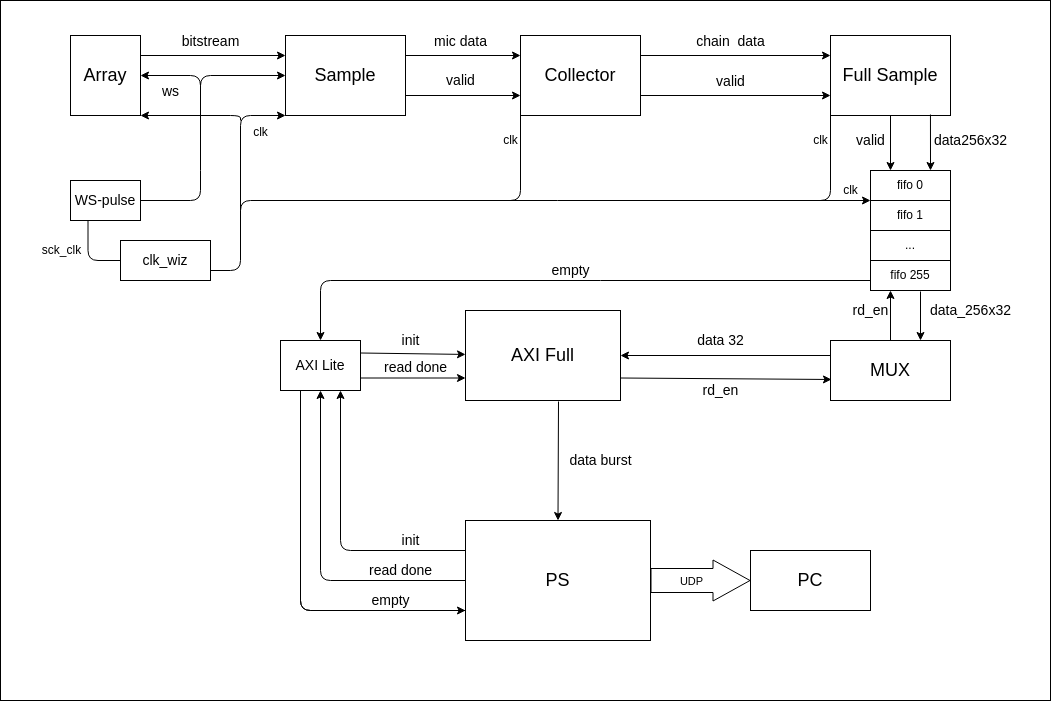
Earlier version of the draw.io export doc/pictures/full_diagram_axi_full.png (acoustic-warfare/FPGA-sampling). Source tidied: cells renumbered, new cells last; positions are measured from the earlier drawing's top-left corner, leaving out a move shared by most shapes.
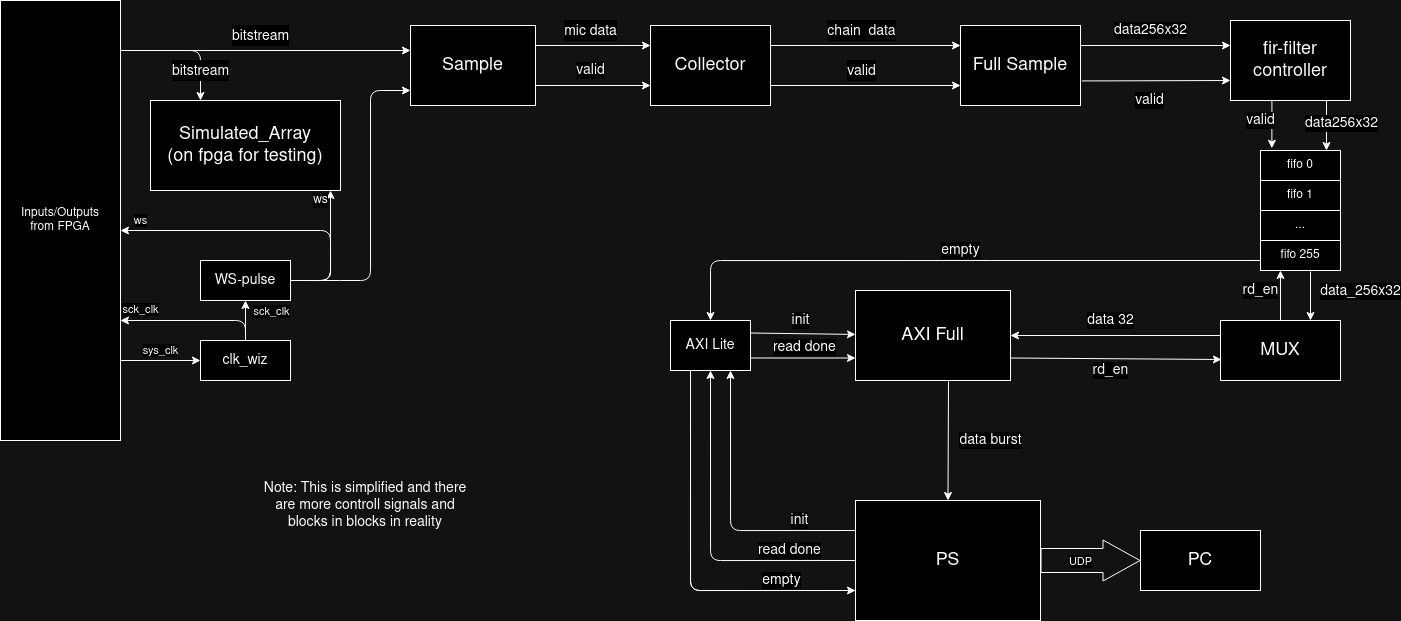
The same file after the commit.

Diff of the diagram source:
```diff
@@ -2,14 +2,17 @@
   <root>
     <mxCell id="0" />
     <mxCell id="1" parent="0" />
-    <mxCell id="2" style="rounded=0;whiteSpace=wrap;html=1;fillColor=#FFFFFF;" parent="1" vertex="1">
-      <mxGeometry width="1050" height="700" as="geometry" />
-    </mxCell>
-    <mxCell id="3" value="&lt;font style=&quot;font-size: 14px;&quot;&gt;bitstream&lt;/font&gt;" style="edgeStyle=none;html=1;exitX=1;exitY=0.25;exitDx=0;exitDy=0;entryX=0;entryY=0.25;entryDx=0;entryDy=0;fontSize=18;" parent="1" edge="1" source="4" target="12">
-      <mxGeometry x="-0.03" y="15" relative="1" as="geometry" />
+    <mxCell id="3" value="&lt;font style=&quot;font-size: 14px;&quot;&gt;bitstream&lt;/font&gt;" style="edgeStyle=none;html=1;fontSize=18;" parent="1" edge="1">
+      <mxGeometry x="0.54" relative="1" as="geometry">
+        <mxPoint x="120" y="70" as="sourcePoint" />
+        <mxPoint x="200" y="120" as="targetPoint" />
+        <Array as="points">
+          <mxPoint x="200" y="70" />
+        </Array>
+      </mxGeometry>
     </mxCell>
-    <mxCell id="4" value="&lt;font style=&quot;font-size: 18px;&quot;&gt;Array&lt;/font&gt;" style="whiteSpace=wrap;html=1;" parent="1" vertex="1">
-      <mxGeometry x="70" y="35" width="70" height="80" as="geometry" />
+    <mxCell id="4" value="&lt;font style=&quot;font-size: 18px;&quot;&gt;Simulated_Array&lt;br&gt;(on fpga for testing)&lt;br&gt;&lt;/font&gt;" style="whiteSpace=wrap;html=1;" parent="1" vertex="1">
+      <mxGeometry x="150" y="120" width="190" height="90" as="geometry" />
     </mxCell>
     <mxCell id="5" value="&lt;font style=&quot;font-size: 14px;&quot;&gt;chain&amp;nbsp; data&lt;/font&gt;" style="edgeStyle=none;html=1;exitX=1;exitY=0.25;exitDx=0;exitDy=0;entryX=0;entryY=0.25;entryDx=0;entryDy=0;fontSize=18;" parent="1" edge="1" source="7" target="9">
       <mxGeometry x="-0.05" y="15" relative="1" as="geometry" />
@@ -18,13 +21,13 @@
       <mxGeometry x="-0.05" y="15" relative="1" as="geometry" />
     </mxCell>
     <mxCell id="7" value="&lt;font style=&quot;font-size: 18px;&quot;&gt;Collector&lt;/font&gt;" style="whiteSpace=wrap;html=1;" parent="1" vertex="1">
-      <mxGeometry x="520" y="35" width="120" height="80" as="geometry" />
+      <mxGeometry x="650" y="45" width="120" height="80" as="geometry" />
     </mxCell>
-    <mxCell id="8" value="valid" style="edgeStyle=none;html=1;exitX=0.5;exitY=1;exitDx=0;exitDy=0;entryX=0.25;entryY=0;entryDx=0;entryDy=0;fontSize=14;startArrow=none;startFill=0;endArrow=classic;endFill=1;" parent="1" edge="1" source="9" target="40">
+    <mxCell id="8" value="valid" style="edgeStyle=none;html=1;exitX=1.012;exitY=0.693;exitDx=0;exitDy=0;entryX=0;entryY=0.75;entryDx=0;entryDy=0;fontSize=14;startArrow=none;startFill=0;endArrow=classic;endFill=1;exitPerimeter=0;" parent="1" edge="1" source="9" target="58">
       <mxGeometry x="-0.09" y="-20" relative="1" as="geometry" />
     </mxCell>
     <mxCell id="9" value="&lt;font style=&quot;font-size: 18px;&quot;&gt;Full Sample&lt;/font&gt;" style="whiteSpace=wrap;html=1;" parent="1" vertex="1">
-      <mxGeometry x="830" y="35" width="120" height="80" as="geometry" />
+      <mxGeometry x="960" y="45" width="120" height="80" as="geometry" />
     </mxCell>
     <mxCell id="10" value="&lt;font style=&quot;font-size: 14px;&quot;&gt;mic data&lt;/font&gt;" style="edgeStyle=none;html=1;exitX=1;exitY=0.25;exitDx=0;exitDy=0;entryX=0;entryY=0.25;entryDx=0;entryDy=0;fontSize=18;" parent="1" edge="1" source="12" target="7">
       <mxGeometry x="-0.04" y="15" relative="1" as="geometry" />
@@ -33,10 +36,12 @@
       <mxGeometry x="-0.04" y="15" relative="1" as="geometry" />
     </mxCell>
     <mxCell id="12" value="&lt;font style=&quot;font-size: 18px;&quot;&gt;Sample&lt;/font&gt;" style="whiteSpace=wrap;html=1;" parent="1" vertex="1">
-      <mxGeometry x="285" y="35" width="120" height="80" as="geometry" />
+      <mxGeometry x="410" y="45" width="125" height="80" as="geometry" />
     </mxCell>
-    <mxCell id="13" value="data256x32" style="edgeStyle=none;html=1;exitX=0.75;exitY=0;exitDx=0;exitDy=0;entryX=0.833;entryY=0.988;entryDx=0;entryDy=0;entryPerimeter=0;fontSize=14;startArrow=classic;startFill=1;endArrow=none;endFill=0;" parent="1" edge="1" source="40" target="9">
-      <mxGeometry x="0.07" y="-40" relative="1" as="geometry" />
+    <mxCell id="13" value="data256x32" style="edgeStyle=none;html=1;entryX=1;entryY=0.25;entryDx=0;entryDy=0;fontSize=14;startArrow=classic;startFill=1;endArrow=none;endFill=0;" parent="1" edge="1" target="9">
+      <mxGeometry x="0.07" y="-15" relative="1" as="geometry">
+        <mxPoint x="1230" y="65" as="sourcePoint" />
+      </mxGeometry>
     </mxCell>
     <mxCell id="14" value="data_256x32" style="edgeStyle=none;html=1;exitX=0.75;exitY=0;exitDx=0;exitDy=0;entryX=0.625;entryY=1.033;entryDx=0;entryDy=0;entryPerimeter=0;fontSize=14;startArrow=classic;startFill=1;endArrow=none;endFill=0;" parent="1" edge="1" source="16" target="43">
       <mxGeometry x="0.22" y="-50" relative="1" as="geometry" />
@@ -45,33 +50,65 @@
       <mxGeometry x="0.05" y="12" relative="1" as="geometry" />
     </mxCell>
     <mxCell id="16" value="&lt;font style=&quot;font-size: 18px;&quot;&gt;MUX&lt;/font&gt;" style="whiteSpace=wrap;html=1;" parent="1" vertex="1">
-      <mxGeometry x="830" y="340" width="120" height="60" as="geometry" />
+      <mxGeometry x="1220" y="340" width="120" height="60" as="geometry" />
     </mxCell>
     <mxCell id="17" style="edgeStyle=orthogonalEdgeStyle;html=1;exitX=1;exitY=0.5;exitDx=0;exitDy=0;fontSize=14;startArrow=none;startFill=0;endArrow=none;endFill=0;" parent="1" edge="1" source="19">
       <mxGeometry relative="1" as="geometry">
-        <mxPoint x="200" y="170" as="targetPoint" />
+        <mxPoint x="330" y="270" as="targetPoint" />
         <Array as="points">
-          <mxPoint x="200" y="200" />
-          <mxPoint x="200" y="170" />
+          <mxPoint x="330" y="300" />
+          <mxPoint x="330" y="270" />
         </Array>
       </mxGeometry>
     </mxCell>
-    <mxCell id="18" value="sck_clk" style="edgeStyle=orthogonalEdgeStyle;html=1;exitX=0.25;exitY=1;exitDx=0;exitDy=0;entryX=0;entryY=0.5;entryDx=0;entryDy=0;startArrow=none;startFill=0;endArrow=none;endFill=0;fontSize=12;" parent="1" edge="1" source="19" target="21">
-      <mxGeometry x="-0.17" y="-27" relative="1" as="geometry" />
-    </mxCell>
+    <mxCell id="50" value="ws" style="edgeStyle=none;html=1;" parent="1" edge="1" source="19">
+      <mxGeometry x="0.87" y="-10" relative="1" as="geometry">
+        <mxPoint x="120" y="250" as="targetPoint" />
+        <Array as="points">
+          <mxPoint x="330" y="300" />
+          <mxPoint x="330" y="250" />
+        </Array>
+      </mxGeometry>
+    </mxCell>
+    <mxCell id="51" style="edgeStyle=none;html=1;fontSize=12;" parent="1" edge="1" source="19">
+      <mxGeometry relative="1" as="geometry">
+        <mxPoint x="410" y="110" as="targetPoint" />
+        <Array as="points">
+          <mxPoint x="330" y="300" />
+          <mxPoint x="370" y="300" />
+          <mxPoint x="370" y="110" />
+        </Array>
+      </mxGeometry>
+    </mxCell>
+    <mxCell id="52" value="ws" style="edgeStyle=none;html=1;fontSize=12;" parent="1" edge="1" source="19">
+      <mxGeometry x="0.85" y="10" relative="1" as="geometry">
+        <mxPoint x="330" y="210" as="targetPoint" />
+        <Array as="points">
+          <mxPoint x="330" y="300" />
+        </Array>
+      </mxGeometry>
+    </mxCell>
     <mxCell id="19" value="&lt;font style=&quot;font-size: 14px;&quot;&gt;WS-pulse&lt;/font&gt;" style="whiteSpace=wrap;html=1;" parent="1" vertex="1">
-      <mxGeometry x="70" y="180" width="70" height="40" as="geometry" />
+      <mxGeometry x="200" y="280" width="90" height="40" as="geometry" />
     </mxCell>
-    <mxCell id="20" value="clk" style="edgeStyle=orthogonalEdgeStyle;html=1;exitX=1;exitY=0.75;exitDx=0;exitDy=0;shadow=0;endArrow=classic;endFill=1;entryX=0;entryY=0;entryDx=0;entryDy=0;startArrow=none;startFill=0;fontSize=12;" parent="1" edge="1" source="21" target="41">
-      <mxGeometry x="0.95" y="10" relative="1" as="geometry">
-        <Array as="points">
-          <mxPoint x="240" y="270" />
-          <mxPoint x="240" y="200" />
-        </Array>
-      </mxGeometry>
-    </mxCell>
+    <mxCell id="53" value="sck_clk" style="edgeStyle=none;html=1;" parent="1" edge="1" source="21" target="19">
+      <mxGeometry x="0.5" y="105" relative="1" as="geometry" />
+    </mxCell>
+    <mxCell id="54" style="edgeStyle=none;html=1;" parent="1" edge="1" source="21">
+      <mxGeometry relative="1" as="geometry">
+        <mxPoint x="120" y="340" as="targetPoint" />
+        <Array as="points">
+          <mxPoint x="245" y="340" />
+        </Array>
+      </mxGeometry>
+    </mxCell>
+    <mxCell id="55" value="sck_clk" style="edgeLabel;html=1;align=center;verticalAlign=middle;" parent="54" vertex="1">
+      <mxGeometry x="-0.27" y="3" relative="1" as="geometry">
+        <mxPoint x="58" y="-13" as="offset" />
+      </mxGeometry>
+    </mxCell>
     <mxCell id="21" value="&lt;font style=&quot;font-size: 14px;&quot;&gt;clk_wiz&lt;/font&gt;" style="whiteSpace=wrap;html=1;" parent="1" vertex="1">
-      <mxGeometry x="120" y="240" width="90" height="40" as="geometry" />
+      <mxGeometry x="200" y="360" width="90" height="40" as="geometry" />
     </mxCell>
     <mxCell id="22" value="init" style="edgeStyle=none;html=1;exitX=1;exitY=0.25;exitDx=0;exitDy=0;fontSize=14;startArrow=none;startFill=0;endArrow=classic;endFill=1;" parent="1" edge="1" source="28" target="31">
       <mxGeometry x="-0.05" y="13" relative="1" as="geometry" />
@@ -93,12 +130,12 @@
     <mxCell id="27" style="edgeStyle=none;html=1;entryX=0;entryY=0.75;entryDx=0;entryDy=0;exitX=0.25;exitY=1;exitDx=0;exitDy=0;" parent="1" edge="1" source="28" target="34">
       <mxGeometry relative="1" as="geometry">
         <Array as="points">
-          <mxPoint x="300" y="610" />
+          <mxPoint x="690" y="610" />
         </Array>
       </mxGeometry>
     </mxCell>
     <mxCell id="28" value="&lt;font style=&quot;font-size: 14px;&quot;&gt;AXI Lite&lt;/font&gt;" style="whiteSpace=wrap;html=1;" parent="1" vertex="1">
-      <mxGeometry x="280" y="340" width="80" height="50" as="geometry" />
+      <mxGeometry x="670" y="340" width="80" height="50" as="geometry" />
     </mxCell>
     <mxCell id="29" value="data 32" style="edgeStyle=none;html=1;exitX=1;exitY=0.5;exitDx=0;exitDy=0;entryX=0;entryY=0.25;entryDx=0;entryDy=0;fontSize=14;startArrow=classic;startFill=1;endArrow=none;endFill=0;" parent="1" edge="1" source="31" target="16">
       <mxGeometry x="-0.05" y="15" relative="1" as="geometry" />
@@ -107,56 +144,24 @@
       <mxGeometry x="-0.01" y="42" relative="1" as="geometry" />
     </mxCell>
     <mxCell id="31" value="&lt;font style=&quot;font-size: 18px;&quot;&gt;AXI Full&lt;/font&gt;" style="whiteSpace=wrap;html=1;" parent="1" vertex="1">
-      <mxGeometry x="465" y="310" width="155" height="90" as="geometry" />
+      <mxGeometry x="855" y="310" width="155" height="90" as="geometry" />
     </mxCell>
     <mxCell id="32" value="rd_en" style="edgeStyle=none;html=1;exitX=0.25;exitY=1;exitDx=0;exitDy=0;entryX=0.5;entryY=0;entryDx=0;entryDy=0;fontSize=14;startArrow=classic;startFill=1;endArrow=none;endFill=0;" parent="1" edge="1" source="43" target="16">
       <mxGeometry x="-0.2" y="-20" relative="1" as="geometry" />
     </mxCell>
     <mxCell id="33" value="empty" style="edgeStyle=orthogonalEdgeStyle;html=1;fontSize=14;startArrow=classic;startFill=1;endArrow=none;endFill=0;exitX=0.5;exitY=0;exitDx=0;exitDy=0;" parent="1" edge="1" source="28">
       <mxGeometry x="0.02" y="10" relative="1" as="geometry">
-        <mxPoint x="870" y="280" as="targetPoint" />
+        <mxPoint x="1260" y="280" as="targetPoint" />
         <Array as="points">
-          <mxPoint x="320" y="280" />
+          <mxPoint x="710" y="280" />
         </Array>
       </mxGeometry>
     </mxCell>
     <mxCell id="34" value="&lt;font style=&quot;font-size: 18px;&quot;&gt;PS&lt;/font&gt;" style="whiteSpace=wrap;html=1;" parent="1" vertex="1">
-      <mxGeometry x="465" y="520" width="185" height="120" as="geometry" />
+      <mxGeometry x="855" y="520" width="185" height="120" as="geometry" />
     </mxCell>
-    <mxCell id="35" value="&lt;font style=&quot;font-size: 14px;&quot;&gt;ws&lt;/font&gt;" style="html=1;fontSize=18;startArrow=none;startFill=0;endArrow=classic;endFill=1;edgeStyle=orthogonalEdgeStyle;entryX=0;entryY=0.5;entryDx=0;entryDy=0;" parent="1" edge="1" target="12">
-      <mxGeometry x="-0.67" y="30" relative="1" as="geometry">
-        <mxPoint x="200" y="110" as="sourcePoint" />
-        <Array as="points">
-          <mxPoint x="200" y="75" />
-        </Array>
-      </mxGeometry>
-    </mxCell>
-    <mxCell id="36" style="html=1;fontSize=18;startArrow=none;startFill=0;endArrow=none;endFill=0;edgeStyle=orthogonalEdgeStyle;" parent="1" edge="1">
-      <mxGeometry relative="1" as="geometry">
-        <mxPoint x="240" y="250" as="sourcePoint" />
-        <mxPoint x="240" y="140" as="targetPoint" />
-        <Array as="points">
-          <mxPoint x="240" y="220" />
-          <mxPoint x="240" y="150" />
-        </Array>
-      </mxGeometry>
-    </mxCell>
-    <mxCell id="37" style="html=1;fontSize=18;startArrow=none;startFill=0;endArrow=classic;endFill=1;edgeStyle=orthogonalEdgeStyle;entryX=0;entryY=1;entryDx=0;entryDy=0;" parent="1" edge="1" target="12">
-      <mxGeometry relative="1" as="geometry">
-        <mxPoint x="240" y="150" as="sourcePoint" />
-        <Array as="points">
-          <mxPoint x="240" y="150" />
-          <mxPoint x="240" y="115" />
-        </Array>
-      </mxGeometry>
-    </mxCell>
-    <mxCell id="38" value="clk" style="html=1;fontSize=12;startArrow=none;startFill=0;endArrow=none;endFill=0;edgeStyle=orthogonalEdgeStyle;entryX=0;entryY=1;entryDx=0;entryDy=0;" parent="1" edge="1" target="9">
-      <mxGeometry x="0.6" y="10" relative="1" as="geometry">
-        <mxPoint x="790" y="200" as="sourcePoint" />
-      </mxGeometry>
-    </mxCell>
     <mxCell id="39" style="group;" parent="1" vertex="1">
-      <mxGeometry x="870" y="170" width="80" height="120" as="geometry" />
+      <mxGeometry x="1260" y="170" width="80" height="120" as="geometry" />
     </mxCell>
     <mxCell id="40" value="fifo 0" style="whiteSpace=wrap;html=1;" parent="39" vertex="1">
       <mxGeometry width="80" height="30" as="geometry" />
@@ -170,35 +175,9 @@
     <mxCell id="43" value="fifo 255" style="whiteSpace=wrap;html=1;" parent="39" vertex="1">
       <mxGeometry y="90" width="80" height="30" as="geometry" />
     </mxCell>
-    <mxCell id="44" value="clk" style="html=1;fontSize=12;startArrow=none;startFill=0;endArrow=none;endFill=0;edgeStyle=orthogonalEdgeStyle;entryX=0;entryY=1;entryDx=0;entryDy=0;" parent="1" edge="1" target="7">
-      <mxGeometry x="0.63" y="10" relative="1" as="geometry">
-        <mxPoint x="470" y="200" as="sourcePoint" />
-        <Array as="points">
-          <mxPoint x="480" y="200" />
-          <mxPoint x="520" y="200" />
-        </Array>
-      </mxGeometry>
-    </mxCell>
-    <mxCell id="45" style="edgeStyle=orthogonalEdgeStyle;html=1;fontSize=14;startArrow=none;startFill=0;endArrow=classic;endFill=1;entryX=1;entryY=0.5;entryDx=0;entryDy=0;" parent="1" edge="1" target="4">
-      <mxGeometry relative="1" as="geometry">
-        <mxPoint x="200" y="170" as="sourcePoint" />
-        <Array as="points">
-          <mxPoint x="200" y="75" />
-        </Array>
-      </mxGeometry>
-    </mxCell>
-    <mxCell id="46" value="&lt;font style=&quot;font-size: 12px;&quot;&gt;clk&lt;/font&gt;" style="html=1;fontSize=18;startArrow=classic;startFill=1;endArrow=none;endFill=0;edgeStyle=orthogonalEdgeStyle;exitX=1;exitY=1;exitDx=0;exitDy=0;" parent="1" edge="1" source="4">
-      <mxGeometry x="1" y="22" relative="1" as="geometry">
-        <mxPoint x="240" y="120" as="targetPoint" />
-        <Array as="points">
-          <mxPoint x="240" y="115" />
-        </Array>
-        <mxPoint x="-2" y="10" as="offset" />
-      </mxGeometry>
-    </mxCell>
     <mxCell id="47" style="shape=flexArrow;endArrow=classic;html=1;exitX=1;exitY=0.5;exitDx=0;exitDy=0;endWidth=16;endSize=12;width=24;" parent="1" edge="1" source="34">
       <mxGeometry relative="1" as="geometry">
-        <mxPoint x="750" y="580" as="targetPoint" />
+        <mxPoint x="1140" y="580" as="targetPoint" />
       </mxGeometry>
     </mxCell>
     <mxCell id="48" value="UDP" style="edgeLabel;html=1;align=center;verticalAlign=middle;" parent="47" vertex="1">
@@ -207,7 +186,39 @@
       </mxGeometry>
     </mxCell>
     <mxCell id="49" value="&lt;font style=&quot;font-size: 18px;&quot;&gt;PC&lt;/font&gt;" style="rounded=0;whiteSpace=wrap;html=1;" parent="1" vertex="1">
-      <mxGeometry x="750" y="550" width="120" height="60" as="geometry" />
+      <mxGeometry x="1140" y="550" width="120" height="60" as="geometry" />
     </mxCell>
+    <mxCell id="2" value="sys_clk" style="endArrow=classic;html=1;" parent="1" edge="1">
+      <mxGeometry y="10" relative="1" as="geometry">
+        <mxPoint x="120" y="380" as="sourcePoint" />
+        <mxPoint x="200" y="380" as="targetPoint" />
+      </mxGeometry>
+    </mxCell>
+    <mxCell id="56" value="Inputs/Outputs&lt;br&gt;from FPGA" style="rounded=0;whiteSpace=wrap;html=1;" parent="1" vertex="1">
+      <mxGeometry y="20" width="120" height="440" as="geometry" />
+    </mxCell>
+    <mxCell id="57" value="&lt;font style=&quot;font-size: 14px;&quot;&gt;bitstream&lt;/font&gt;" style="edgeStyle=none;html=1;fontSize=18;" parent="1" edge="1">
+      <mxGeometry x="-0.03" y="15" relative="1" as="geometry">
+        <mxPoint x="120" y="70" as="sourcePoint" />
+        <mxPoint x="410" y="70" as="targetPoint" />
+      </mxGeometry>
+    </mxCell>
+    <mxCell id="58" value="&lt;font style=&quot;font-size: 18px;&quot;&gt;fir-filter&lt;br&gt;controller&lt;br&gt;&lt;/font&gt;" style="whiteSpace=wrap;html=1;" parent="1" vertex="1">
+      <mxGeometry x="1230" y="40" width="120" height="80" as="geometry" />
+    </mxCell>
+    <mxCell id="59" value="valid" style="edgeStyle=none;html=1;exitX=1.012;exitY=0.693;exitDx=0;exitDy=0;fontSize=14;startArrow=none;startFill=0;endArrow=classic;endFill=1;exitPerimeter=0;entryX=0.142;entryY=-0.074;entryDx=0;entryDy=0;entryPerimeter=0;" parent="1" edge="1" target="40">
+      <mxGeometry x="-0.16" y="-11" relative="1" as="geometry">
+        <mxPoint x="1271.4" y="120" as="sourcePoint" />
+      </mxGeometry>
+    </mxCell>
+    <mxCell id="60" value="data256x32" style="edgeStyle=none;html=1;fontSize=14;startArrow=classic;startFill=1;endArrow=none;endFill=0;" parent="1" edge="1">
+      <mxGeometry x="0.07" y="-15" relative="1" as="geometry">
+        <mxPoint x="1326" y="170" as="sourcePoint" />
+        <mxPoint x="1326" y="120" as="targetPoint" />
+      </mxGeometry>
+    </mxCell>
+    <mxCell id="61" value="&lt;font style=&quot;font-size: 14px;&quot;&gt;Note: This is simplified and there are more controll signals and blocks in blocks in reality&lt;/font&gt;" style="text;html=1;strokeColor=none;fillColor=none;align=center;verticalAlign=middle;whiteSpace=wrap;rounded=0;fontSize=12;" parent="1" vertex="1">
+      <mxGeometry x="260" y="510" width="210" height="30" as="geometry" />
+    </mxCell>
   </root>
 </mxGraphModel>
```
